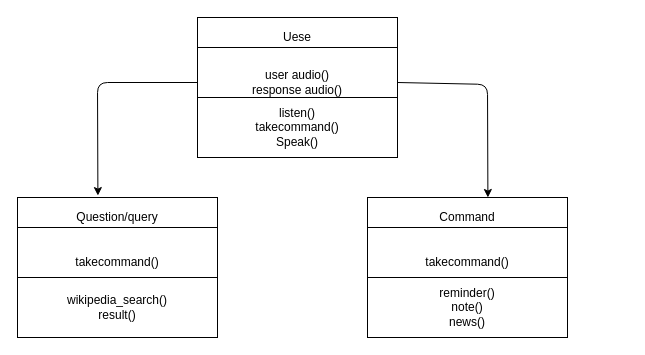
Before: Documentation/classDiagram.drawio in yogesh2104/miniProject, a draw.io diagram. Source tidied: cells renumbered, new cells numbered last; positions are measured from the earlier drawing's top-left corner, leaving out a move shared by most shapes. Both pictures are drawn from the tidied source at 100%, with x=0, y=0 at pixel (17, 17).
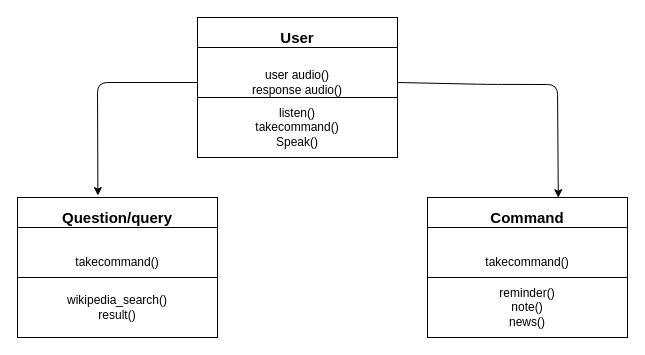
After the change.

Change to the diagram source:
```diff
@@
 <mxGraphModel>
   <root>
     <mxCell id="0" />
     <mxCell id="1" parent="0" />
-    <mxCell id="2" value="Uese" style="rounded=0;whiteSpace=wrap;html=1;" parent="1" vertex="1">
+    <mxCell id="2" value="&lt;b style=&quot;font-size: 15px&quot;&gt;User&lt;/b&gt;" style="rounded=0;whiteSpace=wrap;html=1;" parent="1" vertex="1">
       <mxGeometry x="180" width="200" height="40" as="geometry" />
     </mxCell>
     <mxCell id="3" value="user audio()&lt;br&gt;response audio()" style="rounded=0;whiteSpace=wrap;html=1;" parent="1" vertex="1">
       <mxGeometry x="180" y="30" width="200" height="70" as="geometry" />
     </mxCell>
     <mxCell id="4" style="edgeStyle=orthogonalEdgeStyle;rounded=0;orthogonalLoop=1;jettySize=auto;html=1;exitX=0.5;exitY=1;exitDx=0;exitDy=0;" parent="1" edge="1" source="3" target="3">
       <mxGeometry relative="1" as="geometry" />
     </mxCell>
     <mxCell id="5" value="listen()&lt;br&gt;takecommand()&lt;br&gt;Speak()" style="rounded=0;whiteSpace=wrap;html=1;" parent="1" vertex="1">
       <mxGeometry x="180" y="80" width="200" height="60" as="geometry" />
     </mxCell>
-    <mxCell id="6" value="Question/query" style="rounded=0;whiteSpace=wrap;html=1;" parent="1" vertex="1">
+    <mxCell id="6" value="&lt;font style=&quot;font-size: 15px&quot;&gt;&lt;b&gt;Question/query&lt;/b&gt;&lt;/font&gt;" style="rounded=0;whiteSpace=wrap;html=1;" parent="1" vertex="1">
       <mxGeometry y="180" width="200" height="40" as="geometry" />
     </mxCell>
     <mxCell id="7" value="takecommand()" style="rounded=0;whiteSpace=wrap;html=1;" parent="1" vertex="1">
       <mxGeometry y="210" width="200" height="70" as="geometry" />
     </mxCell>
     <mxCell id="8" style="edgeStyle=orthogonalEdgeStyle;rounded=0;orthogonalLoop=1;jettySize=auto;html=1;exitX=0.5;exitY=1;exitDx=0;exitDy=0;" parent="1" edge="1" source="7" target="7">
       <mxGeometry relative="1" as="geometry" />
     </mxCell>
     <mxCell id="9" value="wikipedia_search()&lt;br&gt;result()&lt;br&gt;" style="rounded=0;whiteSpace=wrap;html=1;" parent="1" vertex="1">
       <mxGeometry y="260" width="200" height="60" as="geometry" />
     </mxCell>
-    <mxCell id="10" value="Command" style="rounded=0;whiteSpace=wrap;html=1;" parent="1" vertex="1">
-      <mxGeometry x="350" y="180" width="200" height="40" as="geometry" />
+    <mxCell id="10" value="&lt;font style=&quot;font-size: 15px&quot;&gt;&lt;b&gt;Command&lt;/b&gt;&lt;/font&gt;" style="rounded=0;whiteSpace=wrap;html=1;" parent="1" vertex="1">
+      <mxGeometry x="410" y="180" width="200" height="40" as="geometry" />
     </mxCell>
     <mxCell id="11" value="takecommand()&lt;br&gt;" style="rounded=0;whiteSpace=wrap;html=1;" parent="1" vertex="1">
-      <mxGeometry x="350" y="210" width="200" height="70" as="geometry" />
+      <mxGeometry x="410" y="210" width="200" height="70" as="geometry" />
     </mxCell>
     <mxCell id="12" style="edgeStyle=orthogonalEdgeStyle;rounded=0;orthogonalLoop=1;jettySize=auto;html=1;exitX=0.5;exitY=1;exitDx=0;exitDy=0;" parent="1" edge="1" source="11" target="11">
       <mxGeometry relative="1" as="geometry" />
     </mxCell>
     <mxCell id="13" value="reminder()&lt;br&gt;note()&lt;br&gt;news()" style="rounded=0;whiteSpace=wrap;html=1;" parent="1" vertex="1">
-      <mxGeometry x="350" y="260" width="200" height="60" as="geometry" />
+      <mxGeometry x="410" y="260" width="200" height="60" as="geometry" />
     </mxCell>
     <mxCell id="14" style="endArrow=classic;html=1;entryX=0.402;entryY=-0.048;entryDx=0;entryDy=0;exitX=0;exitY=0.5;exitDx=0;exitDy=0;entryPerimeter=0;" parent="1" edge="1" source="3" target="6">
       <mxGeometry relative="1" as="geometry">
         <Array as="points">
           <mxPoint x="80" y="65" />
         </Array>
       </mxGeometry>
     </mxCell>
-    <mxCell id="15" style="endArrow=classic;html=1;entryX=0.402;entryY=-0.048;entryDx=0;entryDy=0;exitX=1;exitY=0.5;exitDx=0;exitDy=0;entryPerimeter=0;" parent="1" edge="1" source="3">
+    <mxCell id="15" style="endArrow=classic;html=1;exitX=1;exitY=0.5;exitDx=0;exitDy=0;entryX=0.654;entryY=0.005;entryDx=0;entryDy=0;entryPerimeter=0;" parent="1" edge="1" source="3" target="10">
       <mxGeometry relative="1" as="geometry">
-        <mxPoint x="470.4" y="180" as="targetPoint" />
         <Array as="points">
           <mxPoint x="470" y="66.9" />
+          <mxPoint x="540" y="67" />
         </Array>
       </mxGeometry>
     </mxCell>
   </root>
 </mxGraphModel>
```
